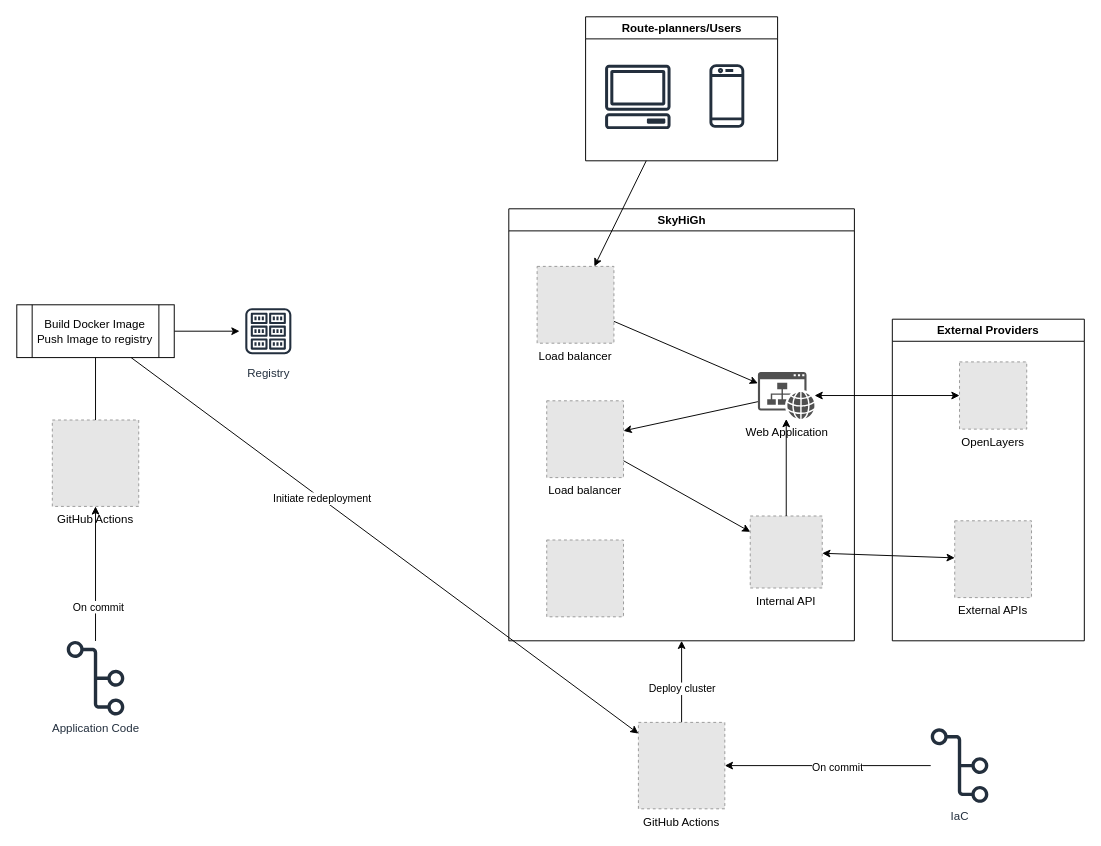
Before: initial_systemdesign.drawio in skogkursbachelor/diagrams, a draw.io diagram. Source tidied: cells renumbered, new cells numbered last; positions are measured from the earlier drawing's top-left corner, leaving out a move shared by most shapes. Both pictures are drawn from the tidied source at 96%, with x=0, y=0 at pixel (16, 16). Pictures stored in the file or linked from it are replaced by grey dashed boxes.
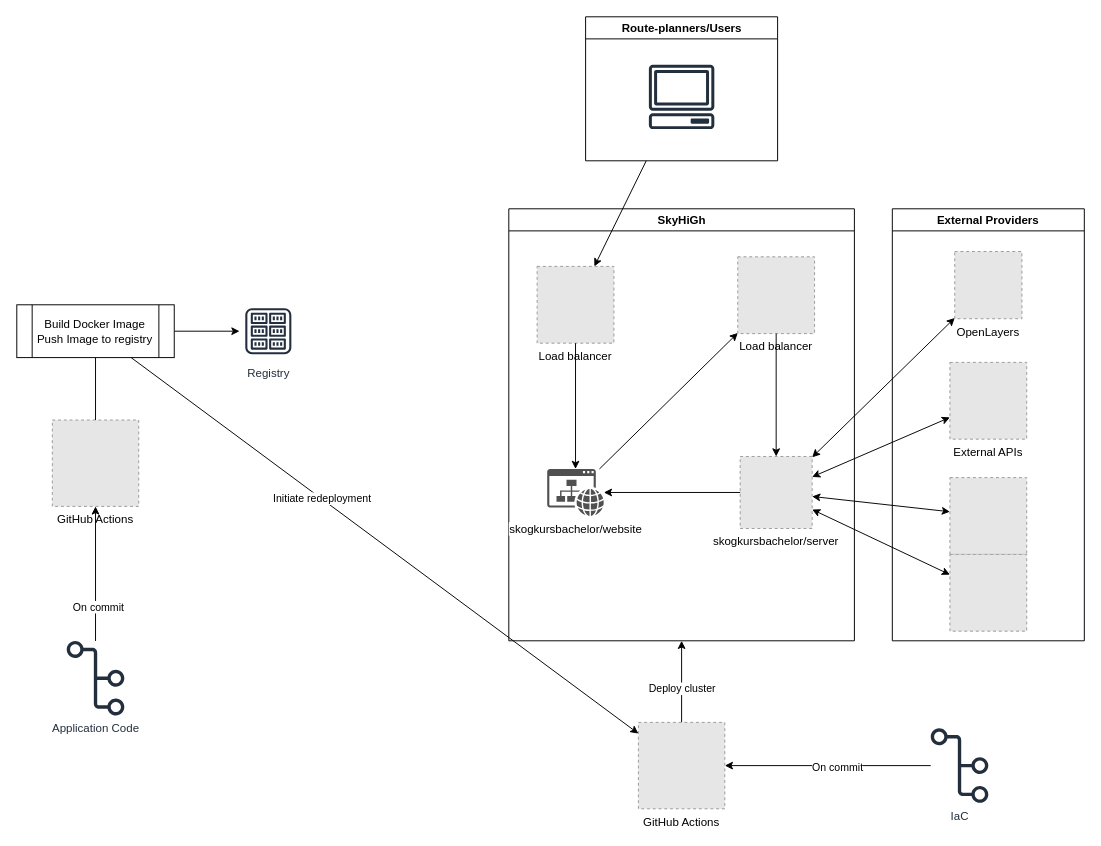
Above is the later version.

Unchanged cells that the change refers to:
```xml
<mxCell id="4" value="SkyHiGh" style="swimlane;whiteSpace=wrap;html=1;" parent="1" vertex="1">
  <mxGeometry x="512.5" y="200" width="360" height="450" as="geometry" />
</mxCell>
<mxCell id="19" value="Route-planners/Users" style="swimlane;whiteSpace=wrap;html=1;" parent="1" vertex="1">
  <mxGeometry x="592.5" width="200" height="150" as="geometry" />
</mxCell>
```

What changed in the source:
```diff
@@
-    <mxCell id="5" value="Web Application" style="sketch=0;shadow=0;dashed=0;html=1;strokeColor=none;fillColor=#505050;labelPosition=center;verticalLabelPosition=bottom;verticalAlign=top;outlineConnect=0;align=center;shape=mxgraph.office.concepts.website;" parent="4" vertex="1">
-      <mxGeometry x="259.5" y="170" width="59" height="49" as="geometry" />
+    <mxCell id="5" value="&lt;span style=&quot;background-color: rgb(255, 255, 255);&quot;&gt;skogkursbachelor/website&lt;/span&gt;" style="sketch=0;shadow=0;dashed=0;html=1;strokeColor=none;fillColor=#505050;labelPosition=center;verticalLabelPosition=bottom;verticalAlign=top;outlineConnect=0;align=center;shape=mxgraph.office.concepts.website;" parent="4" vertex="1">
+      <mxGeometry x="40" y="271" width="59" height="49" as="geometry" />
     </mxCell>
-    <mxCell id="6" value="Internal API" style="fillColor=#E6E6E6;strokeColor=#999999;dashed=1;verticalLabelPosition=bottom;labelBackgroundColor=default;verticalAlign=top;" parent="4" vertex="1">
-      <mxGeometry x="251.5" y="320" width="75" height="75" as="geometry" />
+    <mxCell id="6" value="skogkursbachelor/server" style="fillColor=#E6E6E6;strokeColor=#999999;dashed=1;verticalLabelPosition=bottom;labelBackgroundColor=default;verticalAlign=top;" parent="4" vertex="1">
+      <mxGeometry x="241" y="258" width="75" height="75" as="geometry" />
     </mxCell>
@@
     <mxCell id="10" value="Load balancer" style="fillColor=#E6E6E6;strokeColor=#999999;dashed=1;verticalLabelPosition=bottom;labelBackgroundColor=default;verticalAlign=top;" parent="4" vertex="1">
-      <mxGeometry x="39.5" y="200" width="80" height="80" as="geometry" />
+      <mxGeometry x="238.5" y="50" width="80" height="80" as="geometry" />
     </mxCell>
@@
-    <mxCell id="13" style="fillColor=#E6E6E6;strokeColor=#999999;dashed=1;verticalLabelPosition=bottom;labelBackgroundColor=default;verticalAlign=top;" parent="4" vertex="1">
-      <mxGeometry x="39.5" y="345" width="80" height="80" as="geometry" />
-    </mxCell>
@@
-    <mxCell id="20" style="sketch=0;fontColor=#232F3E;gradientColor=none;fillColor=#232F3D;strokeColor=none;dashed=0;verticalLabelPosition=bottom;verticalAlign=top;align=center;html=1;fontSize=12;fontStyle=0;shape=mxgraph.aws4.mobile_client;" parent="19" vertex="1">
-      <mxGeometry x="129" y="48" width="36.3" height="69" as="geometry" />
-    </mxCell>
     <mxCell id="21" style="sketch=0;fontColor=#232F3E;gradientColor=none;fillColor=#232F3D;strokeColor=none;dashed=0;verticalLabelPosition=bottom;verticalAlign=top;align=center;html=1;fontSize=12;fontStyle=0;shape=mxgraph.aws4.client;" parent="19" vertex="1">
-      <mxGeometry x="20" y="50" width="68.8" height="67" as="geometry" />
+      <mxGeometry x="65.6" y="50" width="68.8" height="67" as="geometry" />
     </mxCell>
@@
     <mxCell id="24" value="External Providers" style="swimlane;whiteSpace=wrap;html=1;" parent="1" vertex="1">
-      <mxGeometry x="912" y="315" width="200" height="335" as="geometry" />
+      <mxGeometry x="912" y="200" width="200" height="450" as="geometry" />
     </mxCell>
     <mxCell id="25" value="OpenLayers" style="fillColor=#E6E6E6;strokeColor=#999999;dashed=1;verticalLabelPosition=bottom;labelBackgroundColor=default;verticalAlign=top;" parent="24" vertex="1">
-      <mxGeometry x="70" y="44.5" width="70" height="70" as="geometry" />
+      <mxGeometry x="65" y="44.5" width="70" height="70" as="geometry" />
     </mxCell>
     <mxCell id="26" value="External APIs" style="fillColor=#E6E6E6;strokeColor=#999999;dashed=1;verticalLabelPosition=bottom;labelBackgroundColor=default;verticalAlign=top;" parent="24" vertex="1">
-      <mxGeometry x="65" y="210" width="80" height="80" as="geometry" />
+      <mxGeometry x="60" y="160" width="80" height="80" as="geometry" />
     </mxCell>
+    <mxCell id="36" style="fillColor=#E6E6E6;strokeColor=#999999;dashed=1;verticalLabelPosition=bottom;labelBackgroundColor=default;verticalAlign=top;" parent="24" vertex="1">
+      <mxGeometry x="60" y="280" width="80" height="80" as="geometry" />
+    </mxCell>
+    <mxCell id="37" style="fillColor=#E6E6E6;strokeColor=#999999;dashed=1;verticalLabelPosition=bottom;labelBackgroundColor=default;verticalAlign=top;" parent="24" vertex="1">
+      <mxGeometry x="60" y="360" width="80" height="80" as="geometry" />
+    </mxCell>
@@
-    <mxCell id="28" style="endArrow=classic;startArrow=classic;html=1;rounded=0;" parent="1" edge="1" source="5" target="25">
+    <mxCell id="28" style="endArrow=classic;startArrow=classic;html=1;rounded=0;" parent="1" edge="1" source="6" target="25">
       <mxGeometry relative="1" as="geometry" />
     </mxCell>
@@
+    <mxCell id="38" style="endArrow=classic;startArrow=classic;html=1;rounded=0;" parent="1" edge="1" source="6" target="36">
+      <mxGeometry relative="1" as="geometry" />
+    </mxCell>
+    <mxCell id="39" style="endArrow=classic;startArrow=classic;html=1;rounded=0;" parent="1" edge="1" source="6" target="37">
+      <mxGeometry relative="1" as="geometry" />
+    </mxCell>
```
